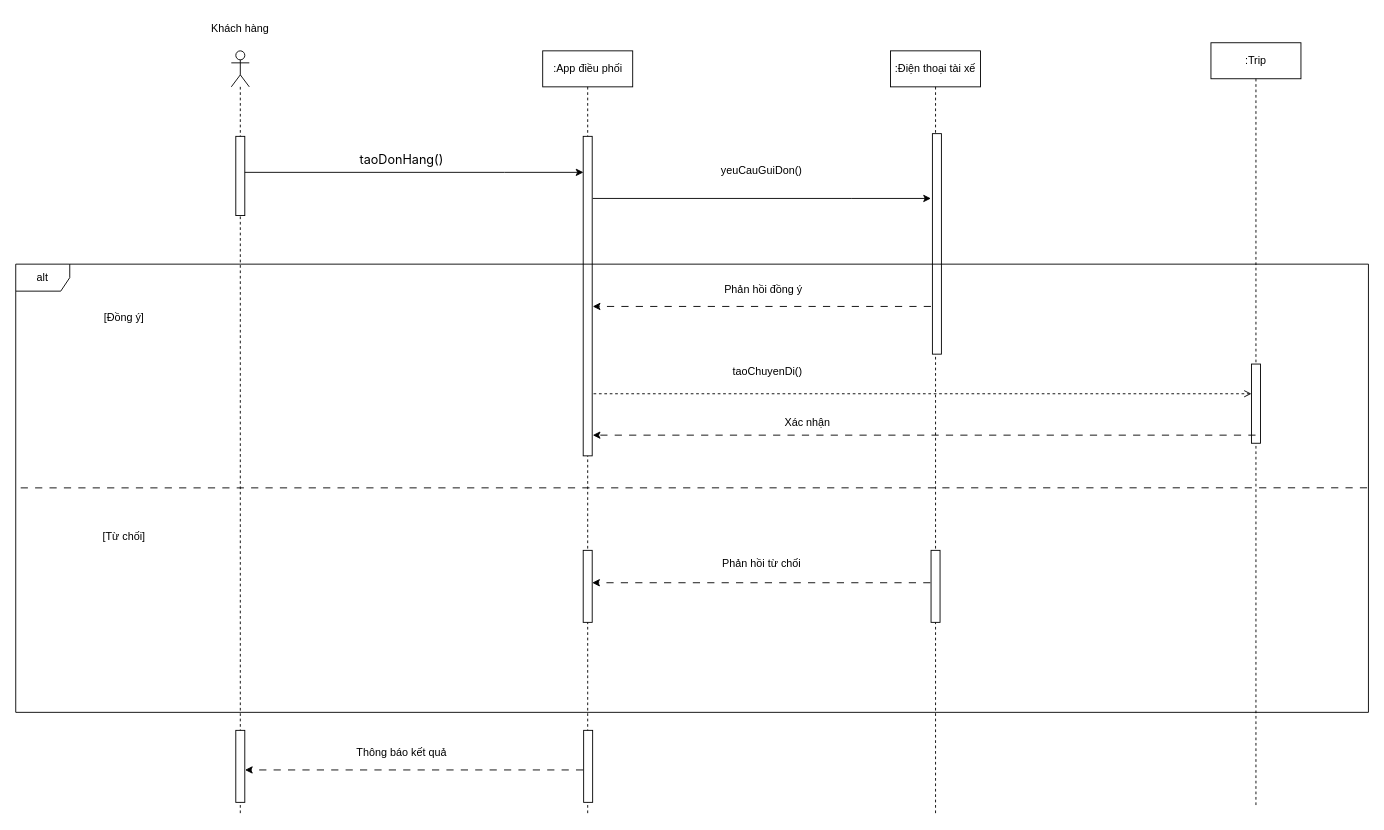
Before: BT3/BT3.drawio in hwp07/PhamHongPhong-B25DTCN119-IT105-SS10-BT3, a draw.io diagram. Source tidied: cells renumbered, new cells numbered last; positions are measured from the earlier drawing's top-left corner, leaving out a move shared by most shapes. Both pictures are drawn from the tidied source at 90%, with x=0, y=0 at pixel (15, 15).
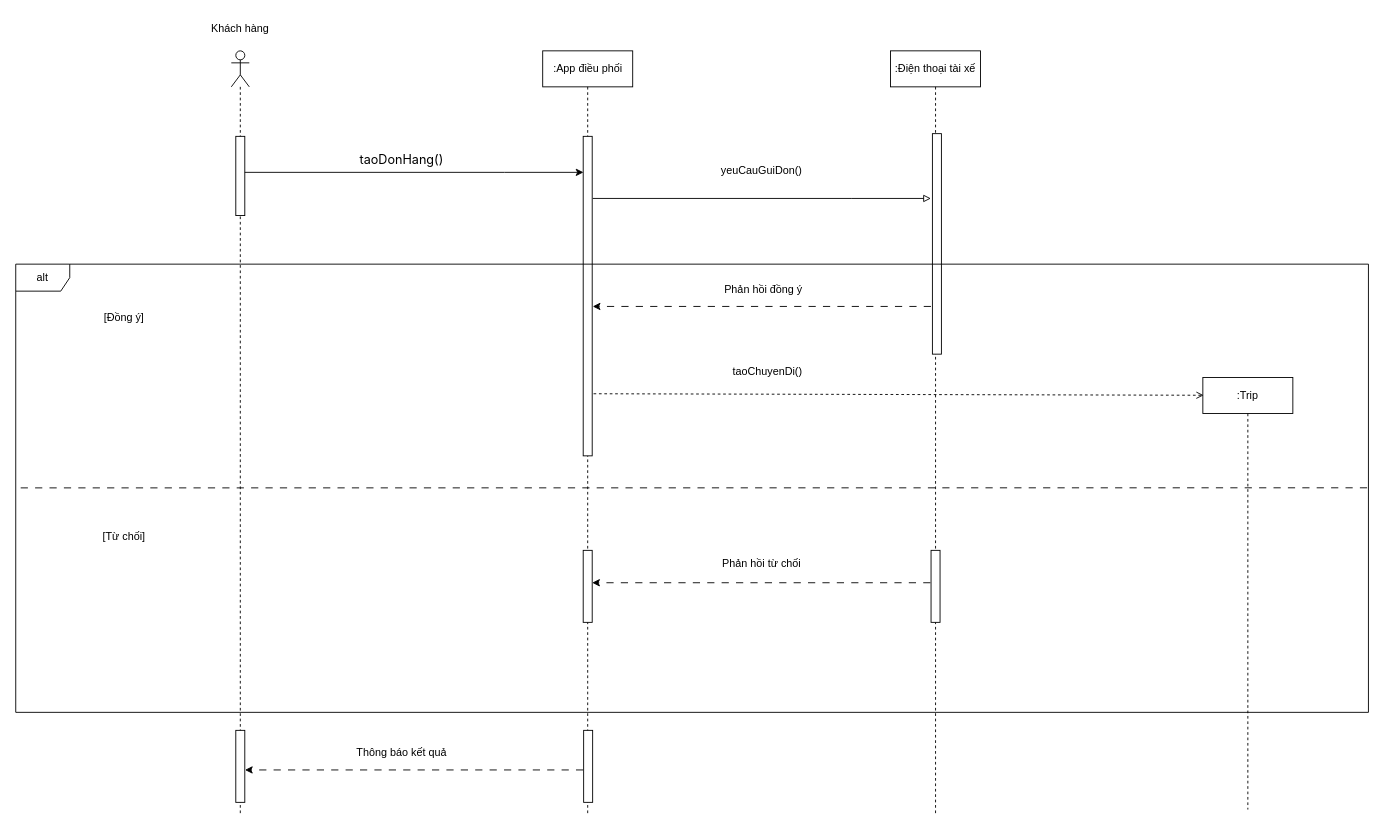
The same diagram, later.

What changed in the source:
```diff
@@
     <mxCell id="10" value=":Trip" style="shape=umlLifeline;perimeter=lifelinePerimeter;whiteSpace=wrap;html=1;outlineConnect=0;portConstraint=eastwest;newEdgeStyle={&quot;curved&quot;:0,&quot;rounded&quot;:0};" parent="1" vertex="1">
-      <mxGeometry x="1328" y="30" width="100" height="848" as="geometry" />
+      <mxGeometry x="1319" y="402" width="100" height="480" as="geometry" />
     </mxCell>
-    <mxCell id="11" style="html=1;perimeter=orthogonalPerimeter;targetShapes=umlLifeline;newEdgeStyle={&quot;curved&quot;:0,&quot;rounded&quot;:0};" parent="10" vertex="1">
-      <mxGeometry x="45" y="357" width="10" height="88" as="geometry" />
-    </mxCell>
@@
-    <mxCell id="15" style="edgeStyle=orthogonalEdgeStyle;rounded=0;orthogonalLoop=1;jettySize=auto;html=1;curved=0;" parent="1" edge="1">
+    <mxCell id="15" style="edgeStyle=orthogonalEdgeStyle;rounded=0;orthogonalLoop=1;jettySize=auto;html=1;curved=0;endArrow=block;endFill=0;" parent="1" edge="1">
       <mxGeometry relative="1" as="geometry">
         <mxPoint x="641.1" y="203" as="sourcePoint" />
         <mxPoint x="1016.9" y="203" as="targetPoint" />
         <Array as="points">
           <mxPoint x="929" y="203" />
           <mxPoint x="929" y="203" />
         </Array>
       </mxGeometry>
     </mxCell>
@@
-    <mxCell id="21" style="html=1;verticalAlign=bottom;labelBackgroundColor=none;endArrow=open;endFill=0;dashed=1;rounded=0;" parent="1" edge="1">
+    <mxCell id="21" style="html=1;verticalAlign=bottom;labelBackgroundColor=none;endArrow=open;endFill=0;dashed=1;rounded=0;entryX=0.009;entryY=0.041;entryDx=0;entryDy=0;entryPerimeter=0;" parent="1" edge="1" target="10">
       <mxGeometry relative="1" as="geometry">
         <mxPoint x="642" y="420" as="sourcePoint" />
-        <mxPoint x="1373" y="420" as="targetPoint" />
       </mxGeometry>
     </mxCell>
@@
-    <mxCell id="23" style="edgeStyle=orthogonalEdgeStyle;rounded=0;jettySize=auto;html=1;curved=0;dashed=1;dashPattern=8 8;" parent="1" edge="1" source="10">
-      <mxGeometry relative="1" as="geometry">
-        <mxPoint x="641.1" y="466" as="targetPoint" />
-        <Array as="points">
-          <mxPoint x="1186.8" y="466" />
-          <mxPoint x="1186.8" y="466" />
-        </Array>
-      </mxGeometry>
-    </mxCell>
-    <mxCell id="24" value="Xác nhận" style="text;html=1;whiteSpace=wrap;strokeColor=none;fillColor=none;align=center;verticalAlign=middle;rounded=0;" parent="1" vertex="1">
-      <mxGeometry x="850" y="437" width="60" height="30" as="geometry" />
-    </mxCell>
```
